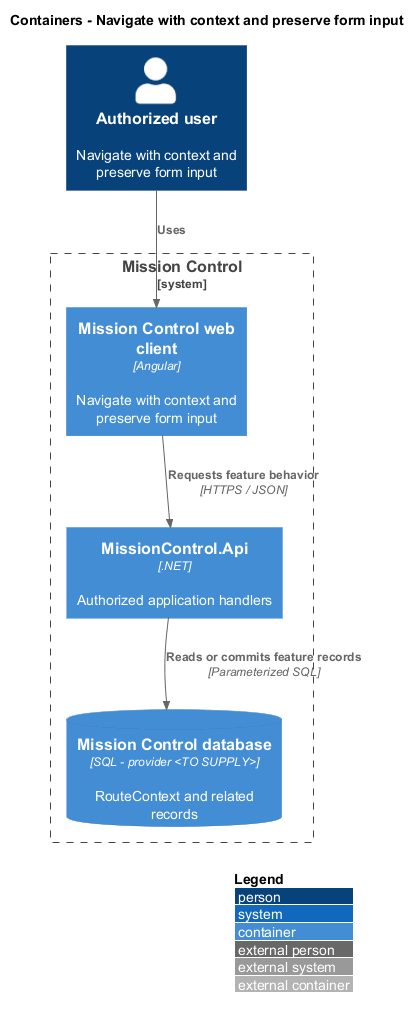
Earlier version of the PlantUML export docs/detailed-designs/workspace/navigate-and-recover-input/diagrams/c4-container.png (QuinntyneBrown/mission-control).
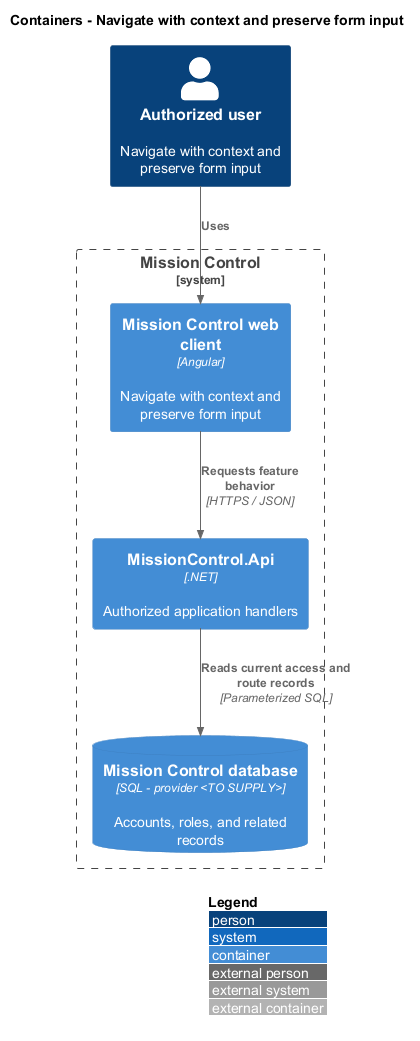
Above is the later version.

Diff of the diagram source:
```diff
@@ -6,9 +6,9 @@
 System_Boundary(mc, "Mission Control") {
   Container(web, "Mission Control web client", "Angular", "Navigate with context and preserve form input")
   Container(api, "MissionControl.Api", ".NET", "Authorized application handlers")
-  ContainerDb(db, "Mission Control database", "SQL - provider <TO SUPPLY>", "RouteContext and related records")
+  ContainerDb(db, "Mission Control database", "SQL - provider <TO SUPPLY>", "Accounts, roles, and related records")
 }
 Rel(actor, web, "Uses")
 Rel(web, api, "Requests feature behavior", "HTTPS / JSON")
-Rel(api, db, "Reads or commits feature records", "Parameterized SQL")
+Rel(api, db, "Reads current access and route records", "Parameterized SQL")
 @enduml
```
